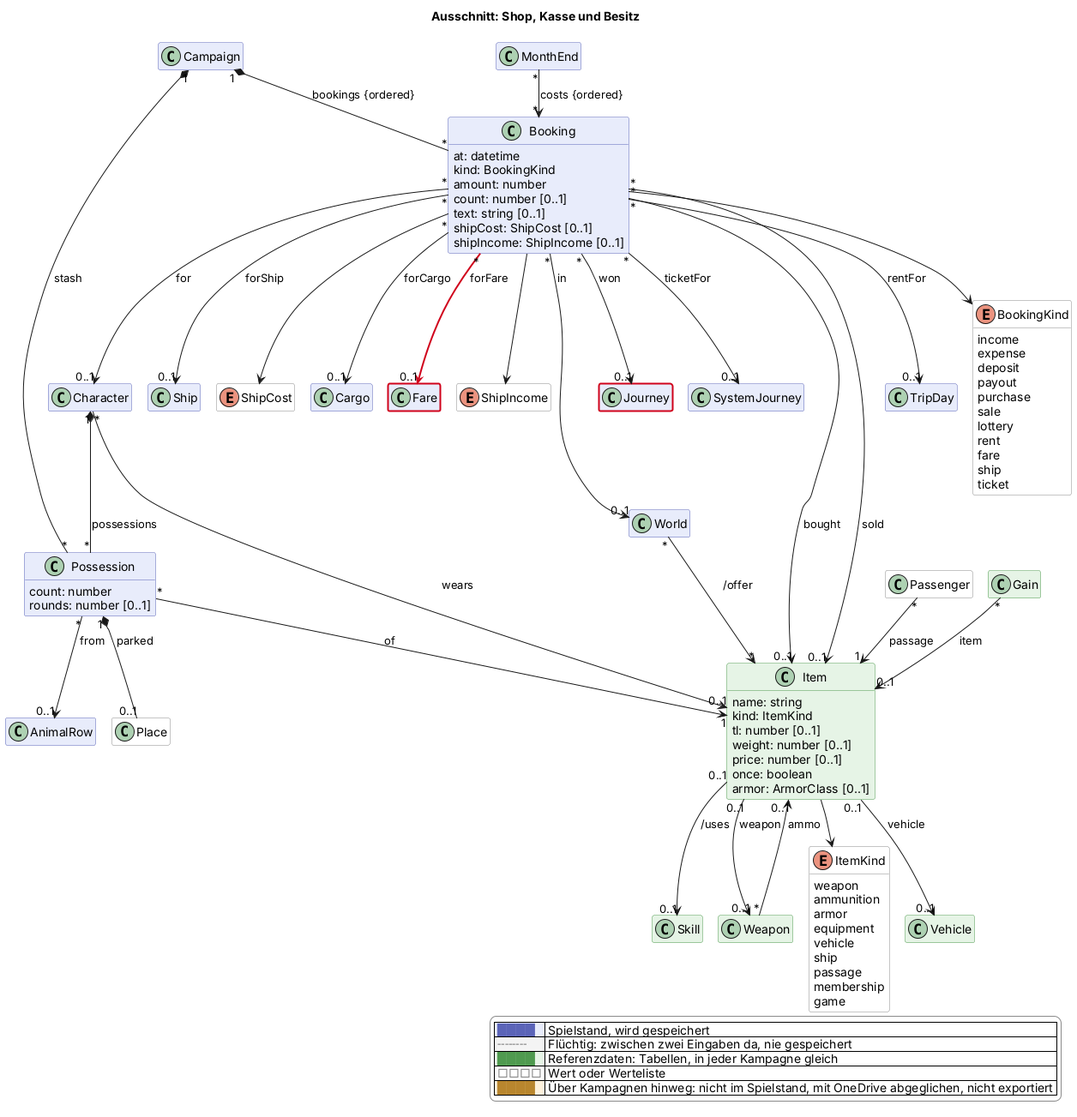
scuzzar/SRE keeps this PlantUML diagram as docs/views/shop.png. Above is the earlier version.
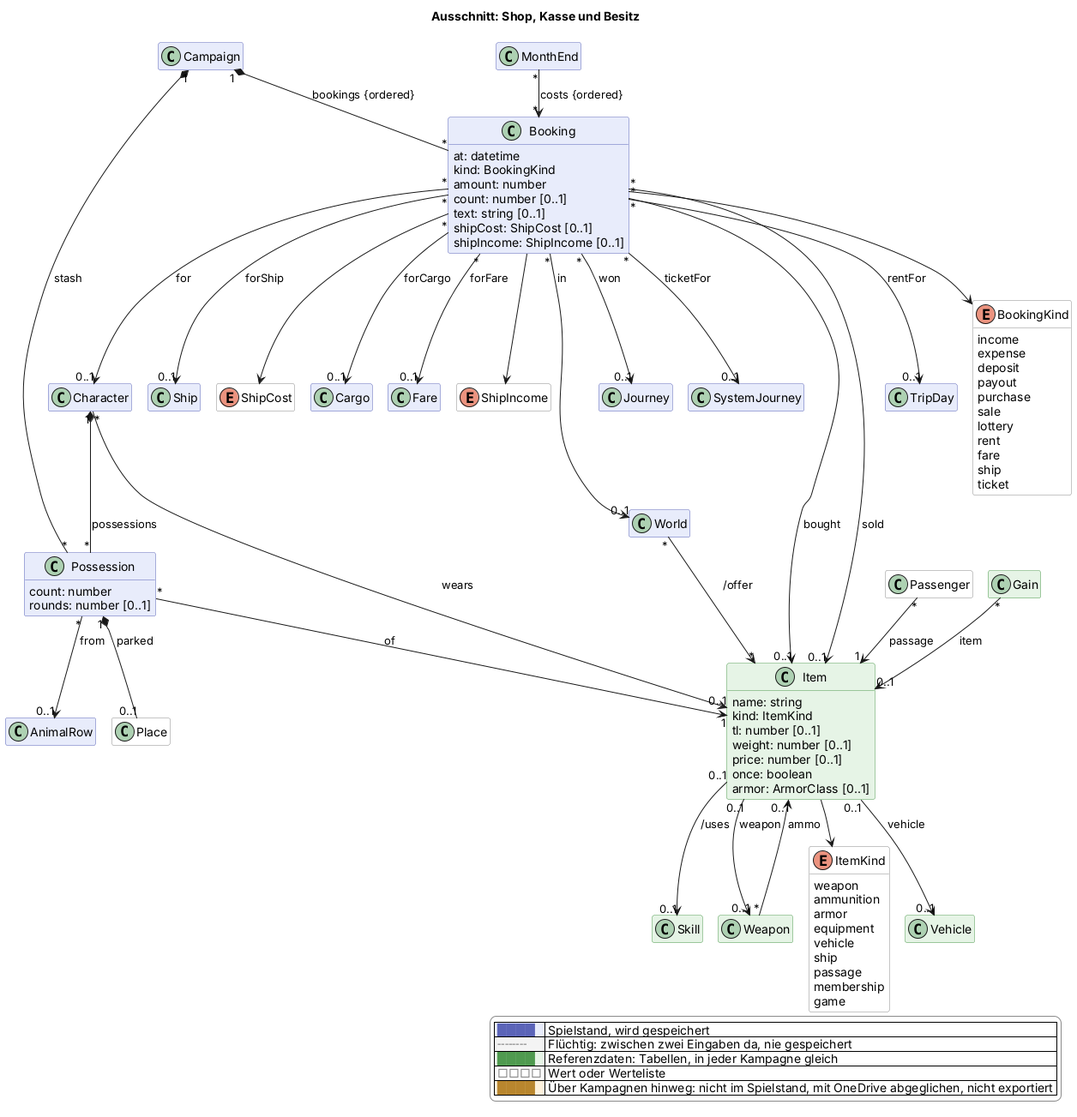
After the change.

Diff of the diagram source:
```diff
@@ -102,7 +102,7 @@
   enum ShipCost <<value>> $schiffe
 
   class Cargo $handel
-  class Fare $handel $newClass("2026-11-27c")
+  class Fare $handel
   enum ShipIncome <<value>> $handel
 
 
@@ -154,7 +154,7 @@
 
 Booking "*" --> "0..1" Ship : forShip
 
-Booking "*" -$newArrow("2026-11-27c")-> "0..1" Fare : forFare
+Booking "*" --> "0..1" Fare : forFare
 Booking "*" --> "0..1" Cargo : forCargo
 Booking --> ShipIncome
 
@@ -197,5 +197,4 @@
   |<#ffffff> <color:#8a8a8a>□□□□</color> | Wert oder Werteliste |
   |<#fdf1dc> <color:#b8862e>████</color> | Über Kampagnen hinweg: nicht im Spielstand, mit OneDrive abgeglichen, nicht exportiert |
 endlegend
-class Journey #line:d0021b;line.bold
 @enduml
```
